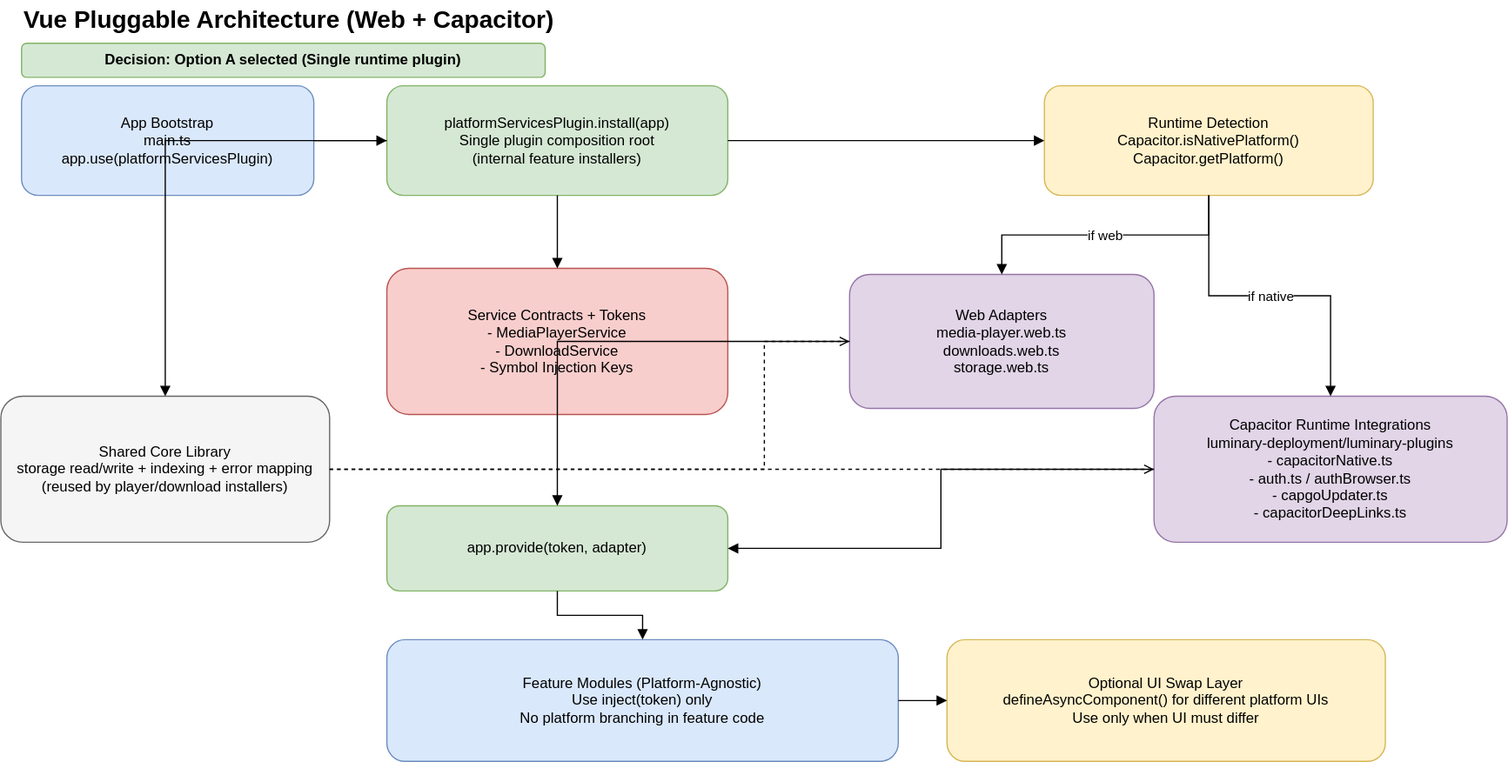
Before: docs/research/vue-plugin-architecture/vue-plugin-architecture.drawio.svg, a diagram exported from draw.io (bccsa/luminary). Source tidied: cells renumbered, new cells last; positions are measured from the earlier drawing's top-left corner, leaving out a move shared by most shapes.
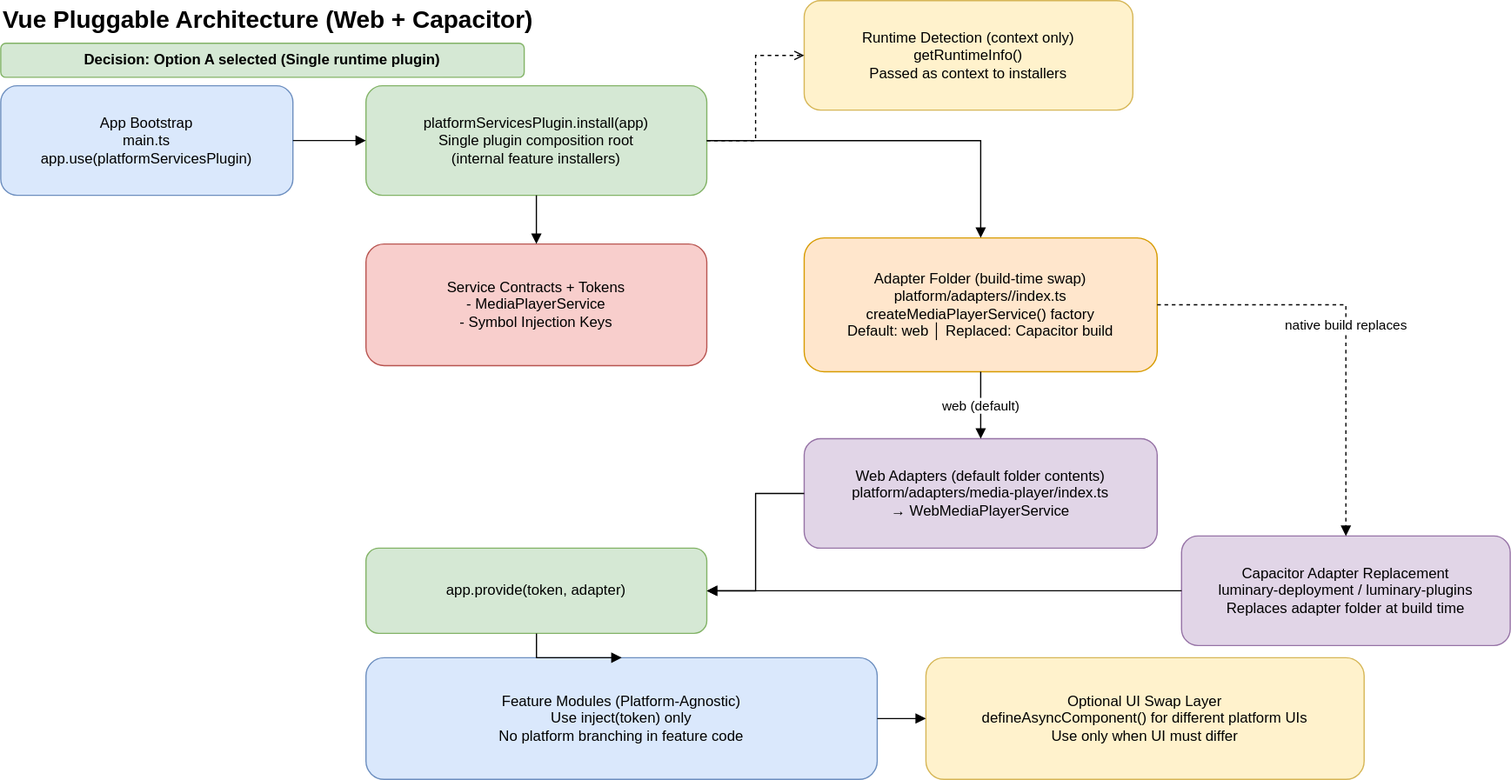
After the commit.

Commit message:
better layout

The edit, as a diff of the source:
```diff
@@ -14,63 +14,57 @@
     <mxCell id="5" value="platformServicesPlugin.install(app)&#10;Single plugin composition root&#10;(internal feature installers)" style="rounded=1;whiteSpace=wrap;html=1;fillColor=#d5e8d4;strokeColor=#82b366;fontColor=#000000;" parent="1" vertex="1">
       <mxGeometry x="300" y="70" width="280" height="90" as="geometry" />
     </mxCell>
-    <mxCell id="6" value="Runtime Detection&#10;Capacitor.isNativePlatform()&#10;Capacitor.getPlatform()" style="rounded=1;whiteSpace=wrap;html=1;fillColor=#fff2cc;strokeColor=#d6b656;fontColor=#000000;" parent="1" vertex="1">
-      <mxGeometry x="640" y="70" width="270" height="90" as="geometry" />
+    <mxCell id="6" value="Runtime Detection (context only)&#10;getRuntimeInfo()&#10;Passed as context to installers" style="rounded=1;whiteSpace=wrap;html=1;fillColor=#fff2cc;strokeColor=#d6b656;fontColor=#000000;" parent="1" vertex="1">
+      <mxGeometry x="660" width="270" height="90" as="geometry" />
     </mxCell>
-    <mxCell id="7" value="Service Contracts + Tokens&#10;- MediaPlayerService&#10;- DownloadService&#10;- Symbol Injection Keys" style="rounded=1;whiteSpace=wrap;html=1;fillColor=#f8cecc;strokeColor=#b85450;fontColor=#000000;" parent="1" vertex="1">
-      <mxGeometry x="300" y="210" width="280" height="120" as="geometry" />
+    <mxCell id="7" value="Service Contracts + Tokens&#10;- MediaPlayerService&#10;- Symbol Injection Keys" style="rounded=1;whiteSpace=wrap;html=1;fillColor=#f8cecc;strokeColor=#b85450;fontColor=#000000;" parent="1" vertex="1">
+      <mxGeometry x="300" y="200" width="280" height="100" as="geometry" />
     </mxCell>
-    <mxCell id="8" value="Shared Core Library&#10;storage read/write + indexing + error mapping&#10;(reused by player/download installers)" style="rounded=1;whiteSpace=wrap;html=1;fillColor=#f5f5f5;strokeColor=#666666;fontColor=#000000;" parent="1" vertex="1">
-      <mxGeometry y="220" width="270" height="120" as="geometry" />
-    </mxCell>
+    <mxCell id="26" value="Adapter Folder (build-time swap)&#10;platform/adapters/&lt;service&gt;/index.ts&#10;createMediaPlayerService() factory&#10;Default: web │ Replaced: Capacitor build" style="rounded=1;whiteSpace=wrap;html=1;fillColor=#ffe6cc;strokeColor=#d79b00;fontColor=#000000;" parent="1" vertex="1">
+      <mxGeometry x="660" y="195" width="290" height="110" as="geometry" />
+    </mxCell>
-    <mxCell id="9" value="Web Adapters&#10;media-player.web.ts&#10;downloads.web.ts&#10;storage.web.ts" style="rounded=1;whiteSpace=wrap;html=1;fillColor=#e1d5e7;strokeColor=#9673a6;fontColor=#000000;" parent="1" vertex="1">
-      <mxGeometry x="650" y="230" width="250" height="110" as="geometry" />
+    <mxCell id="9" value="Web Adapters (default folder contents)&#10;platform/adapters/media-player/index.ts&#10;→ WebMediaPlayerService" style="rounded=1;whiteSpace=wrap;html=1;fillColor=#e1d5e7;strokeColor=#9673a6;fontColor=#000000;" parent="1" vertex="1">
+      <mxGeometry x="660" y="360" width="290" height="90" as="geometry" />
     </mxCell>
-    <mxCell id="10" value="Capacitor Runtime Integrations&#10;luminary-deployment/luminary-plugins&#10;- capacitorNative.ts&#10;- auth.ts / authBrowser.ts&#10;- capgoUpdater.ts&#10;- capacitorDeepLinks.ts" style="rounded=1;whiteSpace=wrap;html=1;fillColor=#e1d5e7;strokeColor=#9673a6;fontColor=#000000;fontStyle=0;" parent="1" vertex="1">
-      <mxGeometry x="940" y="225" width="290" height="120" as="geometry" />
+    <mxCell id="10" value="Capacitor Adapter Replacement&#10;luminary-deployment / luminary-plugins&#10;Replaces adapter folder at build time" style="rounded=1;whiteSpace=wrap;html=1;fillColor=#e1d5e7;strokeColor=#9673a6;fontColor=#000000;" parent="1" vertex="1">
+      <mxGeometry x="970" y="440" width="270" height="90" as="geometry" />
     </mxCell>
     <mxCell id="11" value="app.provide(token, adapter)" style="rounded=1;whiteSpace=wrap;html=1;fillColor=#d5e8d4;strokeColor=#82b366;fontColor=#000000;" parent="1" vertex="1">
-      <mxGeometry x="300" y="370" width="280" height="70" as="geometry" />
+      <mxGeometry x="300" y="450" width="280" height="70" as="geometry" />
     </mxCell>
     <mxCell id="12" value="Feature Modules (Platform-Agnostic)&#10;Use inject(token) only&#10;No platform branching in feature code" style="rounded=1;whiteSpace=wrap;html=1;fillColor=#dae8fc;strokeColor=#6c8ebf;fontColor=#000000;" parent="1" vertex="1">
-      <mxGeometry x="300" y="480" width="420" height="100" as="geometry" />
+      <mxGeometry x="300" y="540" width="420" height="100" as="geometry" />
     </mxCell>
     <mxCell id="13" value="Optional UI Swap Layer&#10;defineAsyncComponent() for different platform UIs&#10;Use only when UI must differ" style="rounded=1;whiteSpace=wrap;html=1;fillColor=#fff2cc;strokeColor=#d6b656;fontColor=#000000;" parent="1" vertex="1">
-      <mxGeometry x="760" y="480" width="360" height="100" as="geometry" />
+      <mxGeometry x="760" y="540" width="360" height="100" as="geometry" />
     </mxCell>
     <mxCell id="14" style="edgeStyle=orthogonalEdgeStyle;rounded=0;jettySize=auto;html=1;endArrow=block;endFill=1;" parent="1" edge="1" source="4" target="5">
       <mxGeometry relative="1" as="geometry" />
     </mxCell>
-    <mxCell id="15" style="edgeStyle=orthogonalEdgeStyle;rounded=0;jettySize=auto;html=1;endArrow=block;endFill=1;" parent="1" edge="1" source="5" target="6">
+    <mxCell id="15" style="edgeStyle=orthogonalEdgeStyle;rounded=0;jettySize=auto;html=1;endArrow=open;endFill=0;dashed=1;" parent="1" edge="1" source="5" target="6">
       <mxGeometry relative="1" as="geometry" />
     </mxCell>
     <mxCell id="16" style="edgeStyle=orthogonalEdgeStyle;rounded=0;jettySize=auto;html=1;endArrow=block;endFill=1;" parent="1" edge="1" source="5" target="7">
       <mxGeometry relative="1" as="geometry" />
     </mxCell>
-    <mxCell id="17" style="edgeStyle=orthogonalEdgeStyle;rounded=0;jettySize=auto;html=1;endArrow=block;endFill=1;" parent="1" edge="1" source="5" target="8">
-      <mxGeometry relative="1" as="geometry" />
-    </mxCell>
-    <mxCell id="18" value="if web" style="edgeStyle=orthogonalEdgeStyle;rounded=0;jettySize=auto;html=1;endArrow=block;endFill=1;" parent="1" edge="1" source="6" target="9">
-      <mxGeometry relative="1" as="geometry" />
-    </mxCell>
-    <mxCell id="19" value="if native" style="edgeStyle=orthogonalEdgeStyle;rounded=0;jettySize=auto;html=1;endArrow=block;endFill=1;" parent="1" edge="1" source="6" target="10">
-      <mxGeometry relative="1" as="geometry" />
-    </mxCell>
+    <mxCell id="27" style="edgeStyle=orthogonalEdgeStyle;rounded=0;jettySize=auto;html=1;endArrow=block;endFill=1;" parent="1" edge="1" source="5" target="26">
+      <mxGeometry relative="1" as="geometry" />
+    </mxCell>
+    <mxCell id="28" value="web (default)" style="edgeStyle=orthogonalEdgeStyle;rounded=0;jettySize=auto;html=1;endArrow=block;endFill=1;" parent="1" edge="1" source="26" target="9">
+      <mxGeometry relative="1" as="geometry" />
+    </mxCell>
+    <mxCell id="29" value="native build replaces" style="edgeStyle=orthogonalEdgeStyle;rounded=0;jettySize=auto;html=1;endArrow=block;endFill=1;dashed=1;" parent="1" edge="1" source="26" target="10">
+      <mxGeometry relative="1" as="geometry" />
+    </mxCell>
     <mxCell id="20" style="edgeStyle=orthogonalEdgeStyle;rounded=0;jettySize=auto;html=1;endArrow=block;endFill=1;" parent="1" edge="1" source="9" target="11">
       <mxGeometry relative="1" as="geometry" />
     </mxCell>
-    <mxCell id="21" style="edgeStyle=orthogonalEdgeStyle;rounded=0;jettySize=auto;html=1;endArrow=block;endFill=1;fontColor=#000000;" parent="1" edge="1" source="10" target="11">
+    <mxCell id="21" style="edgeStyle=orthogonalEdgeStyle;rounded=0;jettySize=auto;html=1;endArrow=block;endFill=1;" parent="1" edge="1" source="10" target="11">
       <mxGeometry relative="1" as="geometry" />
     </mxCell>
     <mxCell id="22" style="edgeStyle=orthogonalEdgeStyle;rounded=0;jettySize=auto;html=1;endArrow=block;endFill=1;" parent="1" edge="1" source="11" target="12">
       <mxGeometry relative="1" as="geometry" />
     </mxCell>
-    <mxCell id="23" style="edgeStyle=orthogonalEdgeStyle;rounded=0;jettySize=auto;html=1;endArrow=open;endFill=0;dashed=1;" parent="1" edge="1" source="8" target="9">
-      <mxGeometry relative="1" as="geometry" />
-    </mxCell>
-    <mxCell id="24" style="edgeStyle=orthogonalEdgeStyle;rounded=0;jettySize=auto;html=1;endArrow=open;endFill=0;dashed=1;" parent="1" edge="1" source="8" target="10">
-      <mxGeometry relative="1" as="geometry" />
-    </mxCell>
     <mxCell id="25" style="edgeStyle=orthogonalEdgeStyle;rounded=0;jettySize=auto;html=1;endArrow=block;endFill=1;" parent="1" edge="1" source="12" target="13">
       <mxGeometry relative="1" as="geometry" />
     </mxCell>
```
